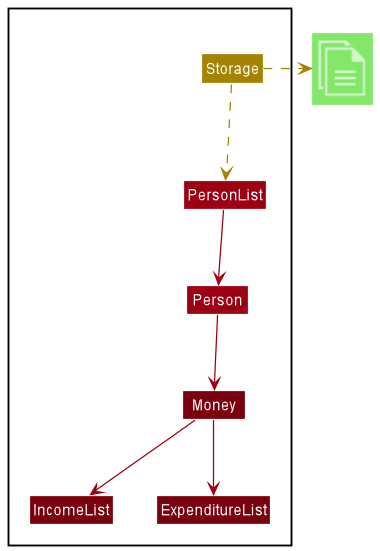
Above: docs/images/StorageDiagram.png in nus-cs2113-AY2122S2/tp (PlantUML), before the change. Its source is kept beside it as docs/diagrams/StorageDiagram.puml. Its diagram source:
```plantuml
@startuml

!include <office/Concepts/globe_internet>
!include <office/Concepts/documents>
!include <office/Users/user>
!include style.puml

Package " "<<Rectangle>>{

    Class Storage STORAGE_COLOR
    Class PersonList MODEL_COLOR
    Class Person MODEL_COLOR
    Class Money MODEL_COLOR_T3
    Class IncomeList MODEL_COLOR_T3
    Class ExpenditureList MODEL_COLOR_T3

}

Class "<$documents>" as File UI_COLOR_T1
Storage -right[STORAGE_COLOR].> File
Storage -down[STORAGE_COLOR].>PersonList
PersonList -down[MODEL_COLOR]->Person
Person -down[MODEL_COLOR]->Money
Money -down[MODEL_COLOR]->IncomeList
Money -down[MODEL_COLOR]->ExpenditureList

@enduml
```
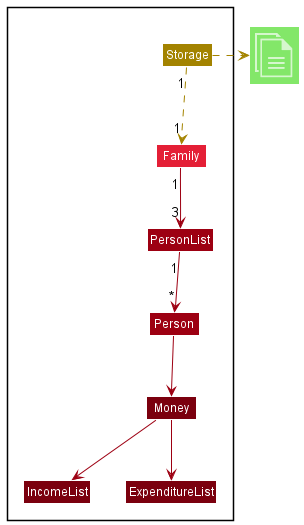
The same diagram one commit later.

Commit message:
Update UML and DG for storage

What changed in the source:
```diff
@@ -8,6 +8,7 @@
 Package " "<<Rectangle>>{
 
     Class Storage STORAGE_COLOR
+    Class Family MODEL_COLOR_T2
     Class PersonList MODEL_COLOR
     Class Person MODEL_COLOR
     Class Money MODEL_COLOR_T3
@@ -18,8 +19,9 @@
 
 Class "<$documents>" as File UI_COLOR_T1
 Storage -right[STORAGE_COLOR].> File
-Storage -down[STORAGE_COLOR].>PersonList
-PersonList -down[MODEL_COLOR]->Person
+Storage "1" -down[STORAGE_COLOR].> "1" Family
+Family "1" -down[MODEL_COLOR]-> "3" PersonList
+PersonList "1" -down[MODEL_COLOR]-> "*" Person
 Person -down[MODEL_COLOR]->Money
 Money -down[MODEL_COLOR]->IncomeList
 Money -down[MODEL_COLOR]->ExpenditureList
```
